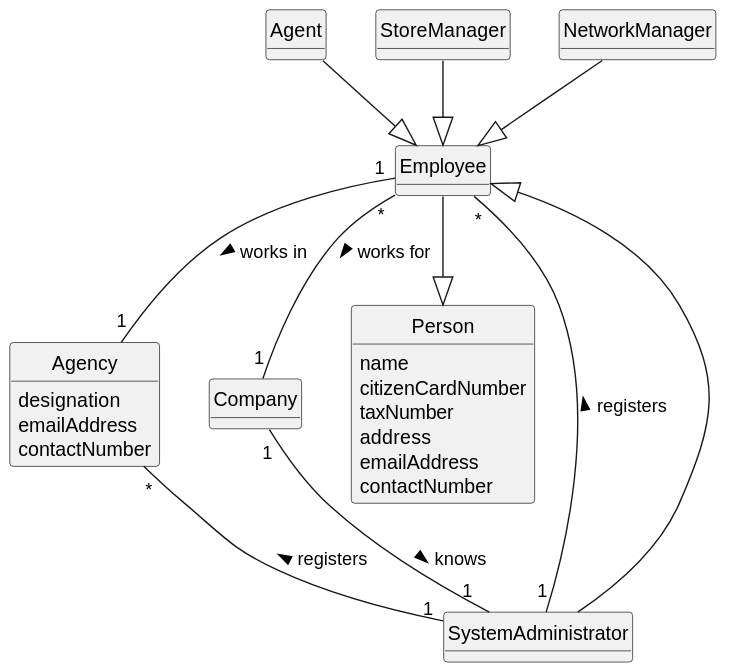
Earlier version of the PlantUML export docs/sprintB/us003/02.analysis/svg/us003-domain-model.svg (rita-barbosa/LAPR2-2223).
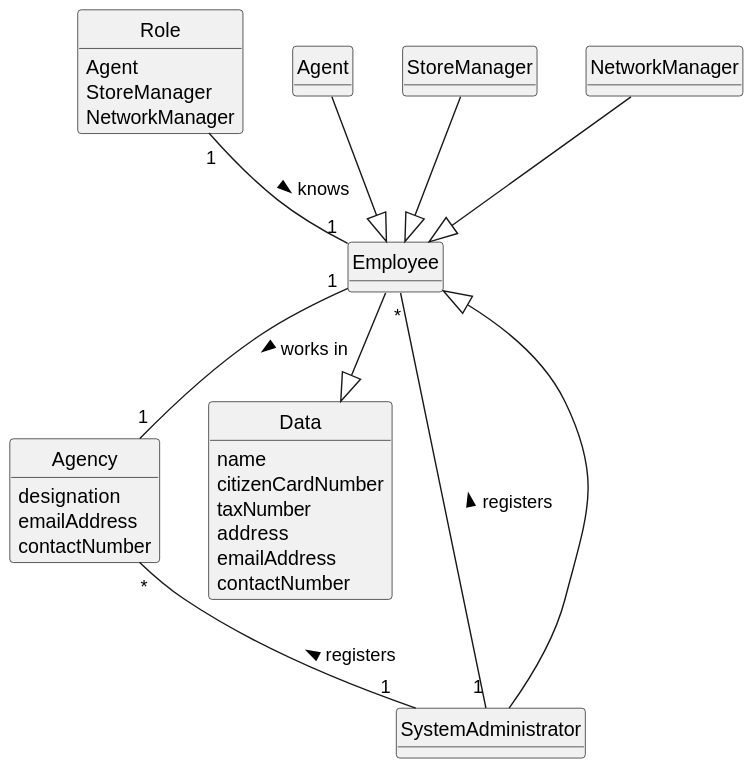
After the change.

Commit message:
Correcting Domain Model [US03][Analysis]

What changed in the source:
```diff
@@ -11,9 +11,14 @@
 
 class SystemAdministrator {}
 
-class Company {}
 
 class Employee {}
+
+class Role{
+Agent
+StoreManager
+NetworkManager
+}
 
 class Agent{
 }
@@ -23,7 +28,7 @@
 class NetworkManager{
 }
 
-class Person{
+class Data{
 name
 citizenCardNumber
 taxNumber
@@ -40,13 +45,14 @@
 }
 
 
-Company "1" -- "1" SystemAdministrator : knows >
+
 SystemAdministrator -|> Employee
 SystemAdministrator "1" -- "*" Employee: registers >
 SystemAdministrator "1" -up- "*" Agency: registers >
-Employee "*" -- "1" Company : works for >
+
 Employee "1" -- "1" Agency: works in  >
-Person  <|-up-  Employee
+Role "1" -- "1" Employee: knows  >
+Data  <|-up-  Employee
 Agent  --|> Employee
 StoreManager --|> Employee
 NetworkManager --|> Employee
```
